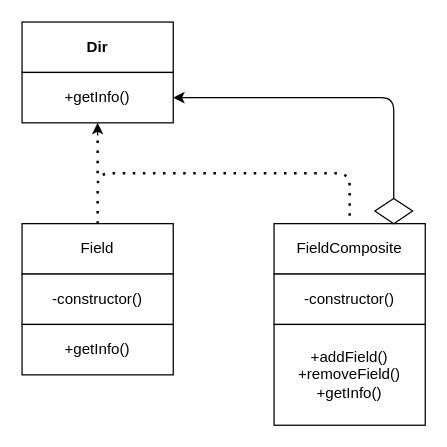
This is 2_structural/composite.drawio from plnnsimon/patterns, a draw.io file, before an edit. Source tidied: cells renumbered, new cells numbered last; positions are measured from the earlier drawing's top-left corner, leaving out a move shared by most shapes. Both pictures are drawn from the tidied source at 126%, with x=0, y=0 at pixel (21, 21).
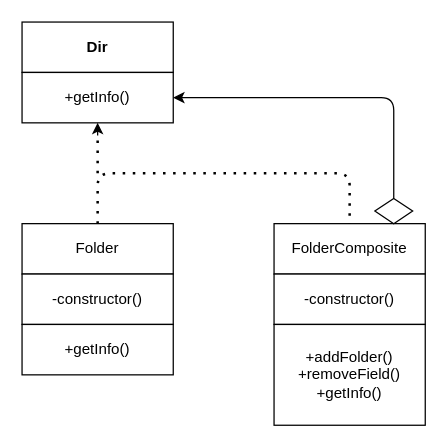
Above is the later version.

Change to the diagram source:
```diff
@@
 <mxGraphModel>
   <root>
     <mxCell id="0" />
     <mxCell id="1" parent="0" />
     <mxCell id="2" value="&lt;b&gt;Dir&lt;/b&gt;" style="rounded=0;whiteSpace=wrap;html=1;" parent="1" vertex="1">
       <mxGeometry width="120" height="40" as="geometry" />
     </mxCell>
     <mxCell id="3" value="+getInfo()" style="rounded=0;whiteSpace=wrap;html=1;" parent="1" vertex="1">
       <mxGeometry y="40" width="120" height="40" as="geometry" />
     </mxCell>
-    <mxCell id="4" value="Field" style="rounded=0;whiteSpace=wrap;html=1;" parent="1" vertex="1">
+    <mxCell id="4" value="Folder" style="rounded=0;whiteSpace=wrap;html=1;" parent="1" vertex="1">
       <mxGeometry y="160" width="120" height="40" as="geometry" />
     </mxCell>
-    <mxCell id="5" value="FieldComposite" style="rounded=0;whiteSpace=wrap;html=1;" parent="1" vertex="1">
+    <mxCell id="5" value="FolderComposite" style="rounded=0;whiteSpace=wrap;html=1;" parent="1" vertex="1">
       <mxGeometry x="200" y="160" width="120" height="40" as="geometry" />
     </mxCell>
     <mxCell id="6" value="-constructor()" style="rounded=0;whiteSpace=wrap;html=1;" parent="1" vertex="1">
       <mxGeometry y="200" width="120" height="40" as="geometry" />
     </mxCell>
     <mxCell id="7" value="+getInfo()" style="rounded=0;whiteSpace=wrap;html=1;" parent="1" vertex="1">
       <mxGeometry y="240" width="120" height="40" as="geometry" />
     </mxCell>
     <mxCell id="8" value="-constructor()" style="rounded=0;whiteSpace=wrap;html=1;" parent="1" vertex="1">
       <mxGeometry x="200" y="200" width="120" height="40" as="geometry" />
     </mxCell>
-    <mxCell id="9" value="+addField()&lt;br&gt;+removeField()&lt;br&gt;+getInfo()" style="rounded=0;whiteSpace=wrap;html=1;" parent="1" vertex="1">
+    <mxCell id="9" value="+addFolder()&lt;br&gt;+removeField()&lt;br&gt;+getInfo()" style="rounded=0;whiteSpace=wrap;html=1;" parent="1" vertex="1">
       <mxGeometry x="200" y="240" width="120" height="80" as="geometry" />
     </mxCell>
     <mxCell id="10" style="endArrow=none;dashed=1;html=1;dashPattern=1 3;strokeWidth=2;exitX=0.5;exitY=0;exitDx=0;exitDy=0;entryX=0.5;entryY=0;entryDx=0;entryDy=0;" parent="1" edge="1" source="4" target="5">
       <mxGeometry relative="1" as="geometry">
         <Array as="points">
           <mxPoint x="60" y="120" />
           <mxPoint x="260" y="120" />
         </Array>
       </mxGeometry>
     </mxCell>
     <mxCell id="11" style="endArrow=none;dashed=1;html=1;dashPattern=1 3;strokeWidth=2;" parent="1" edge="1">
       <mxGeometry relative="1" as="geometry">
         <mxPoint x="60" y="120" as="sourcePoint" />
         <mxPoint x="60" y="90" as="targetPoint" />
       </mxGeometry>
     </mxCell>
     <mxCell id="12" style="endArrow=classic;html=1;entryX=0.5;entryY=1;entryDx=0;entryDy=0;" parent="1" edge="1" target="3">
       <mxGeometry relative="1" as="geometry">
         <mxPoint x="60" y="90" as="sourcePoint" />
       </mxGeometry>
     </mxCell>
     <mxCell id="13" style="rhombus;whiteSpace=wrap;html=1;" parent="1" vertex="1">
       <mxGeometry x="280" y="140" width="30" height="20" as="geometry" />
     </mxCell>
     <mxCell id="14" style="endArrow=classic;html=1;exitX=0.5;exitY=0;exitDx=0;exitDy=0;" parent="1" edge="1" source="13" target="3">
       <mxGeometry relative="1" as="geometry">
         <Array as="points">
           <mxPoint x="295" y="60" />
         </Array>
       </mxGeometry>
     </mxCell>
   </root>
 </mxGraphModel>
```
